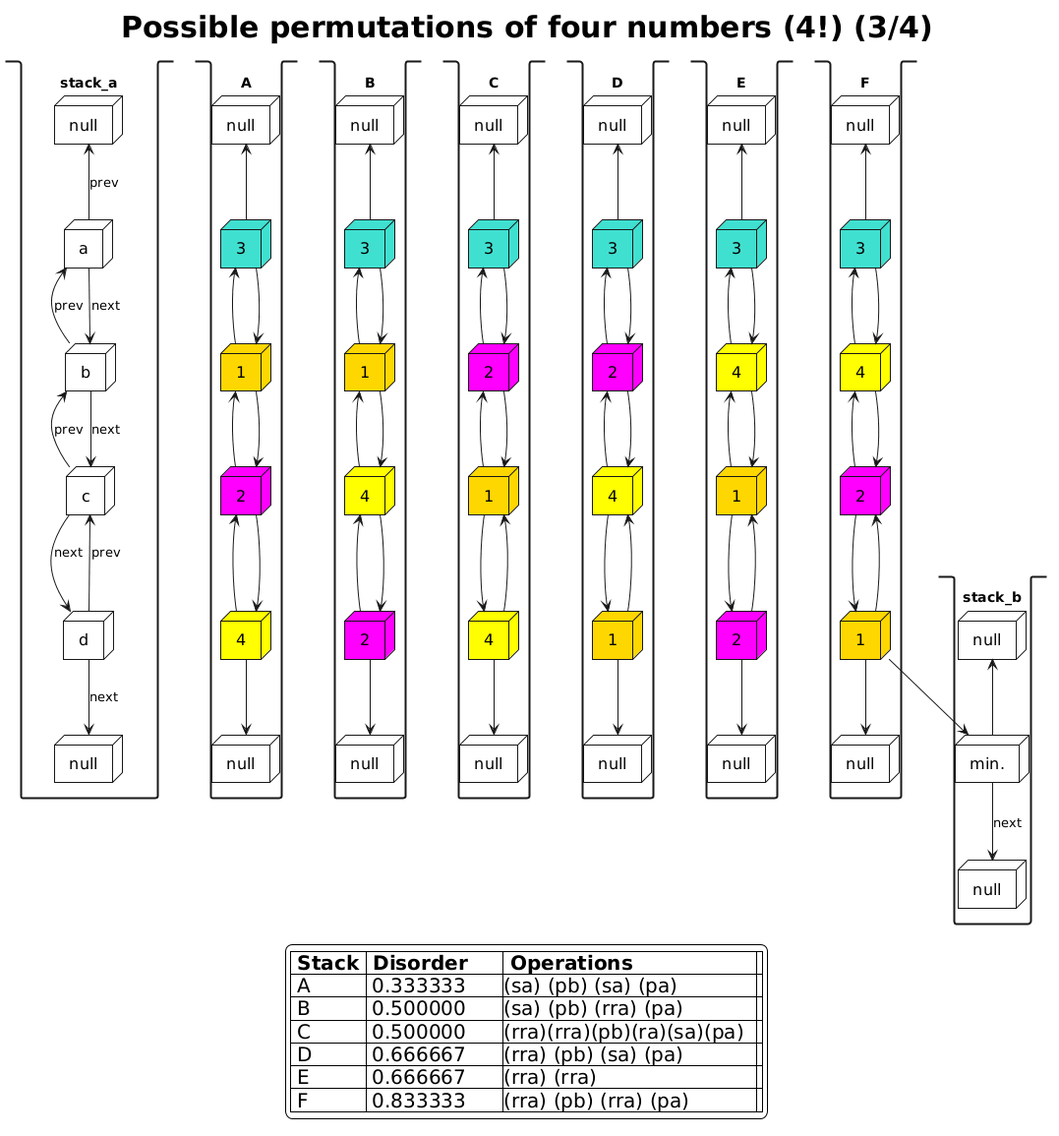
Earlier version of the PlantUML export Alg4_3.png (martinaradkovicova-lgtm/ft_push_swap).
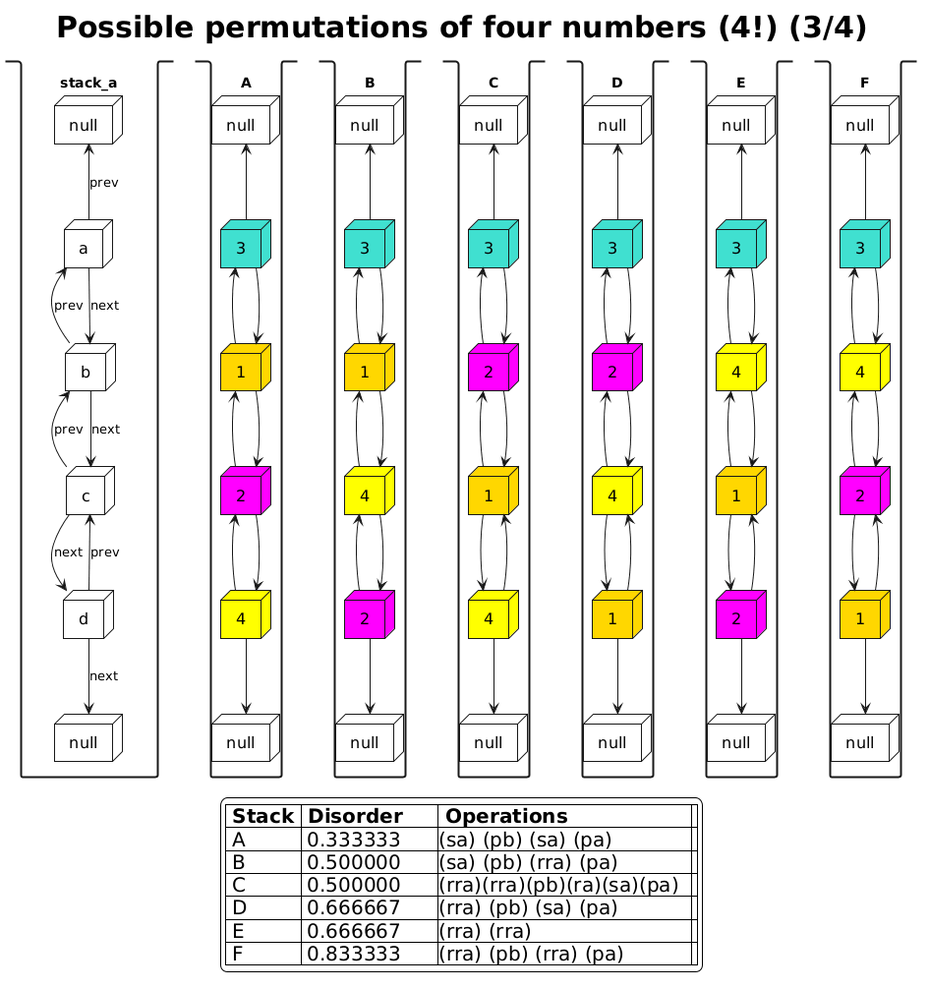
The same diagram one commit later.

Change to the diagram source:
```diff
@@ -141,13 +141,4 @@
 f3 <-- f4
 f4 --> f3_null
 }
-
-stack stack_b {
-node null as x1_null #white
-node "min." as x1 #white
-node null as x3_null #white
-x1_null <-- x1
-f4 --> x1
-x1 --> x3_null : next
-}
 @enduml
```
